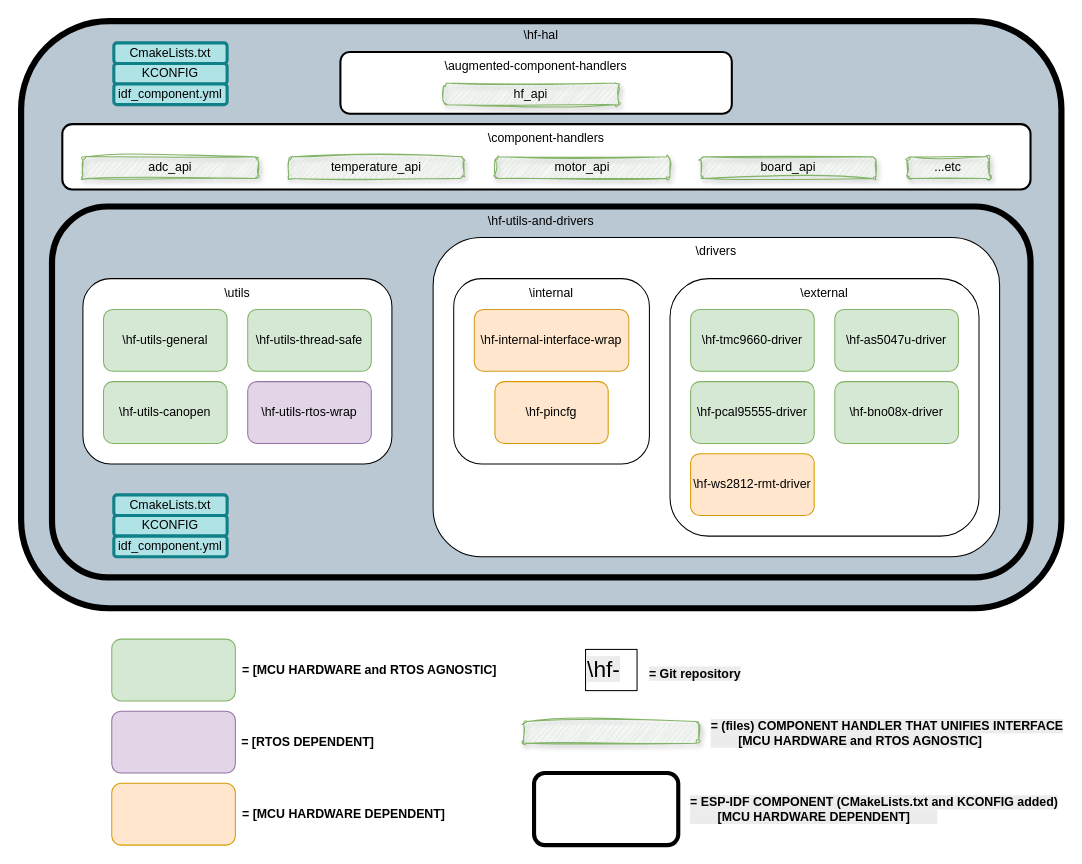
Above: Untitled Diagram.drawio in hardfoc/hf-drawio-diag (draw.io), before the change. Source tidied: cells renumbered, new cells numbered last; positions are measured from the earlier drawing's top-left corner, leaving out a move shared by most shapes. Both pictures are drawn from the tidied source at 103%, with x=0, y=0 at pixel (21, 21).
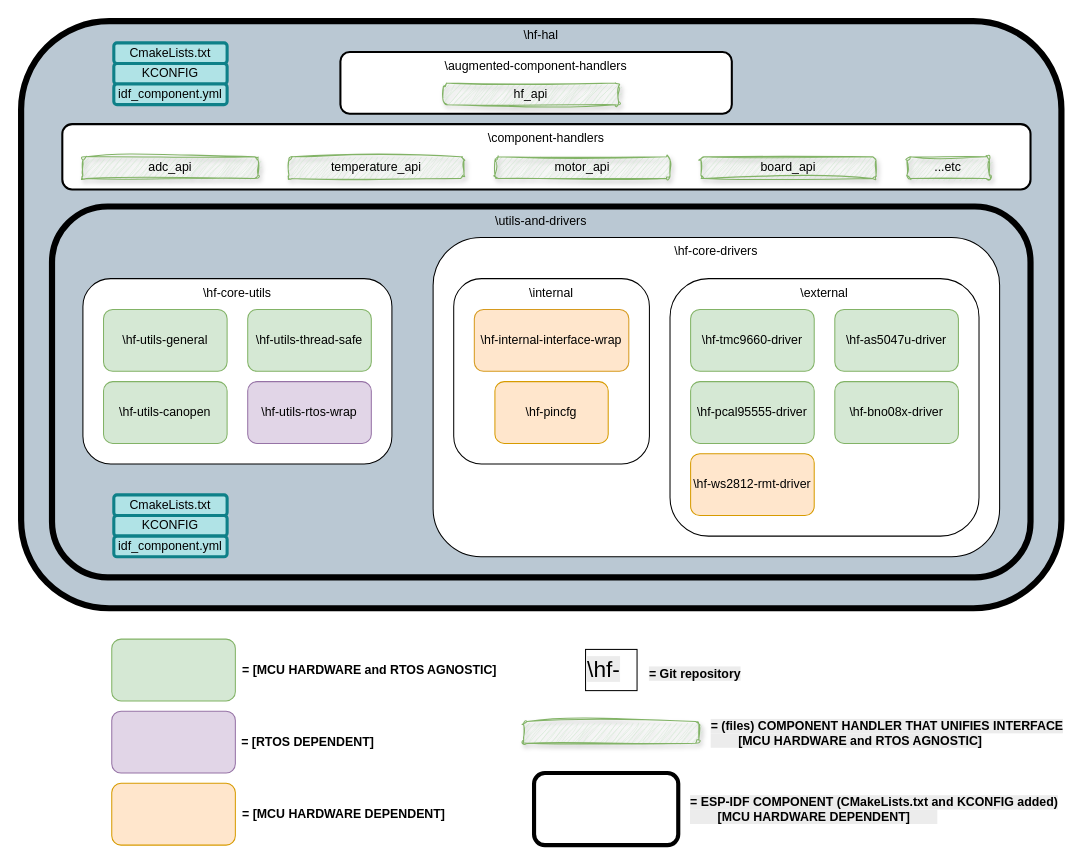
The same diagram, later.

The change refers to these unchanged cells:
```xml
<mxCell id="18" style="group;strokeWidth=5;" parent="1" vertex="1">
  <mxGeometry x="60" y="250" width="300" height="180" as="geometry" />
</mxCell>
<mxCell id="24" style="group;strokeWidth=5;" parent="1" vertex="1">
  <mxGeometry x="400" y="210" width="550" height="310" as="geometry" />
</mxCell>
```

What changed in the source:
```diff
@@
-    <mxCell id="17" value="\hf-utils-and-drivers" style="rounded=1;whiteSpace=wrap;html=1;verticalAlign=top;fillColor=#bac8d3;strokeColor=light-dark(#000000, #a0bcd2);strokeWidth=6;" parent="1" vertex="1">
+    <mxCell id="17" value="\utils-and-drivers" style="rounded=1;whiteSpace=wrap;html=1;verticalAlign=top;fillColor=#bac8d3;strokeColor=light-dark(#000000, #a0bcd2);strokeWidth=6;" parent="1" vertex="1">
       <mxGeometry x="30" y="180" width="950" height="360" as="geometry" />
     </mxCell>
@@
-    <mxCell id="19" value="\utils" style="rounded=1;whiteSpace=wrap;html=1;verticalAlign=top;" parent="18" vertex="1">
+    <mxCell id="19" value="\hf-core-utils" style="rounded=1;whiteSpace=wrap;html=1;verticalAlign=top;" parent="18" vertex="1">
       <mxGeometry width="300" height="180" as="geometry" />
     </mxCell>
@@
-    <mxCell id="25" value="\drivers" style="rounded=1;whiteSpace=wrap;html=1;verticalAlign=top;" parent="24" vertex="1">
+    <mxCell id="25" value="\hf-core-drivers" style="rounded=1;whiteSpace=wrap;html=1;verticalAlign=top;" parent="24" vertex="1">
       <mxGeometry width="550" height="310" as="geometry" />
     </mxCell>
```
